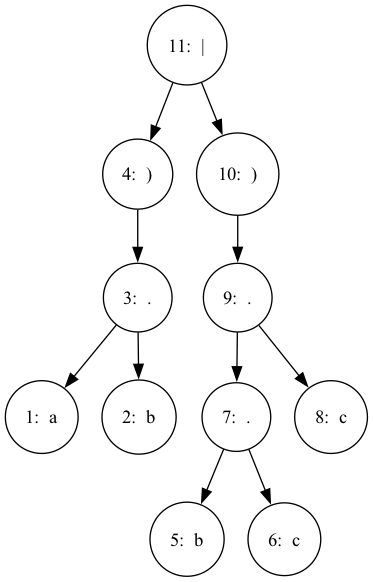
Above: files/tree.png in grvaldes/Compilateur_C (Graphviz), before the change. Its source is kept beside it as files/tree.dot.
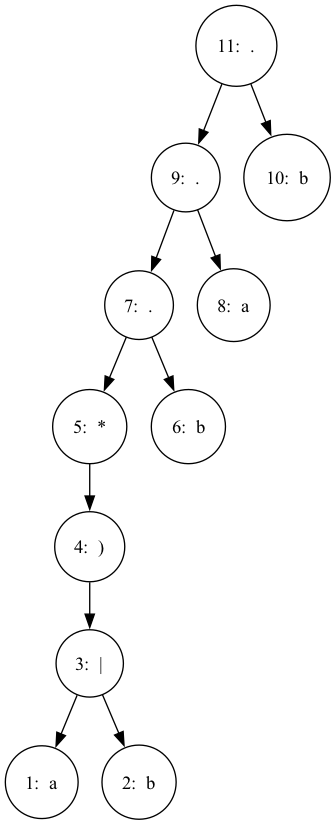
The same file after the commit.

The edit, as a diff of the source:
```diff
@@ -1,24 +1,24 @@
 digraph SyntaxTree {
   node [shape=circle];
-  node10 [label="11:  |"];
-  node10 -> node3 [label=""];
+  node10 [label="11:  ."];
+  node10 -> node8 [label=""];
+  node8 [label="9:  ."];
+  node8 -> node6 [label=""];
+  node6 [label="7:  ."];
+  node6 -> node4 [label=""];
+  node4 [label="5:  *"];
+  node4 -> node3 [label=""];
   node3 [label="4:  )"];
   node3 -> node2 [label=""];
-  node2 [label="3:  ."];
+  node2 [label="3:  |"];
   node2 -> node0 [label=""];
   node0 [label="1:  a"];
   node2 -> node1 [label=""];
   node1 [label="2:  b"];
+  node6 -> node5 [label=""];
+  node5 [label="6:  b"];
+  node8 -> node7 [label=""];
+  node7 [label="8:  a"];
   node10 -> node9 [label=""];
-  node9 [label="10:  )"];
-  node9 -> node8 [label=""];
-  node8 [label="9:  ."];
-  node8 -> node6 [label=""];
-  node6 [label="7:  ."];
-  node6 -> node4 [label=""];
-  node4 [label="5:  b"];
-  node6 -> node5 [label=""];
-  node5 [label="6:  c"];
-  node8 -> node7 [label=""];
-  node7 [label="8:  c"];
+  node9 [label="10:  b"];
 }
```
